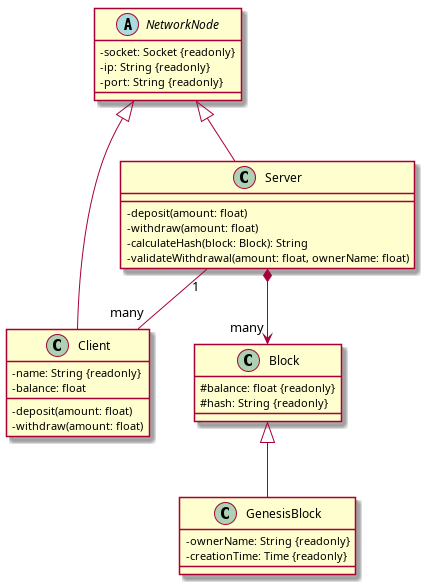
This is docs/uml/class_diagram.png from Andre-Grassi/mini_blockchain, a PlantUML export, as it was before one commit. Its source is kept beside it as docs/uml/class_diagram.puml.
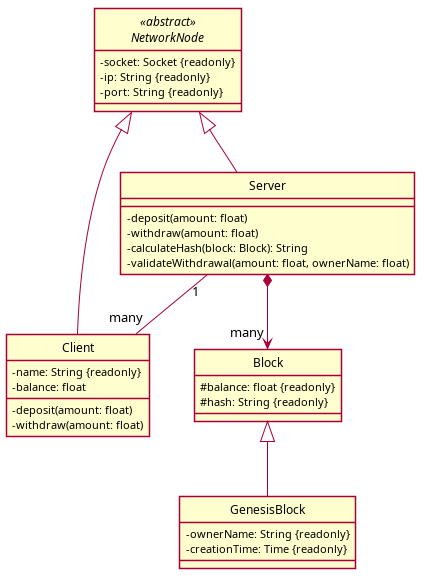
Later version of the same file.

What changed in the source:
```diff
@@ -1,5 +1,7 @@
 @startuml class_diagram
 skinparam classAttributeIconSize 0
+hide circle
+skinparam Shadowing false
 
 class Block {
   #balance: float {readonly}
@@ -14,7 +16,7 @@
 Block <|-- GenesisBlock
 
 
-abstract class NetworkNode
+abstract class NetworkNode <<abstract>>
 {
   -socket: Socket {readonly}
   -ip: String {readonly}
```
